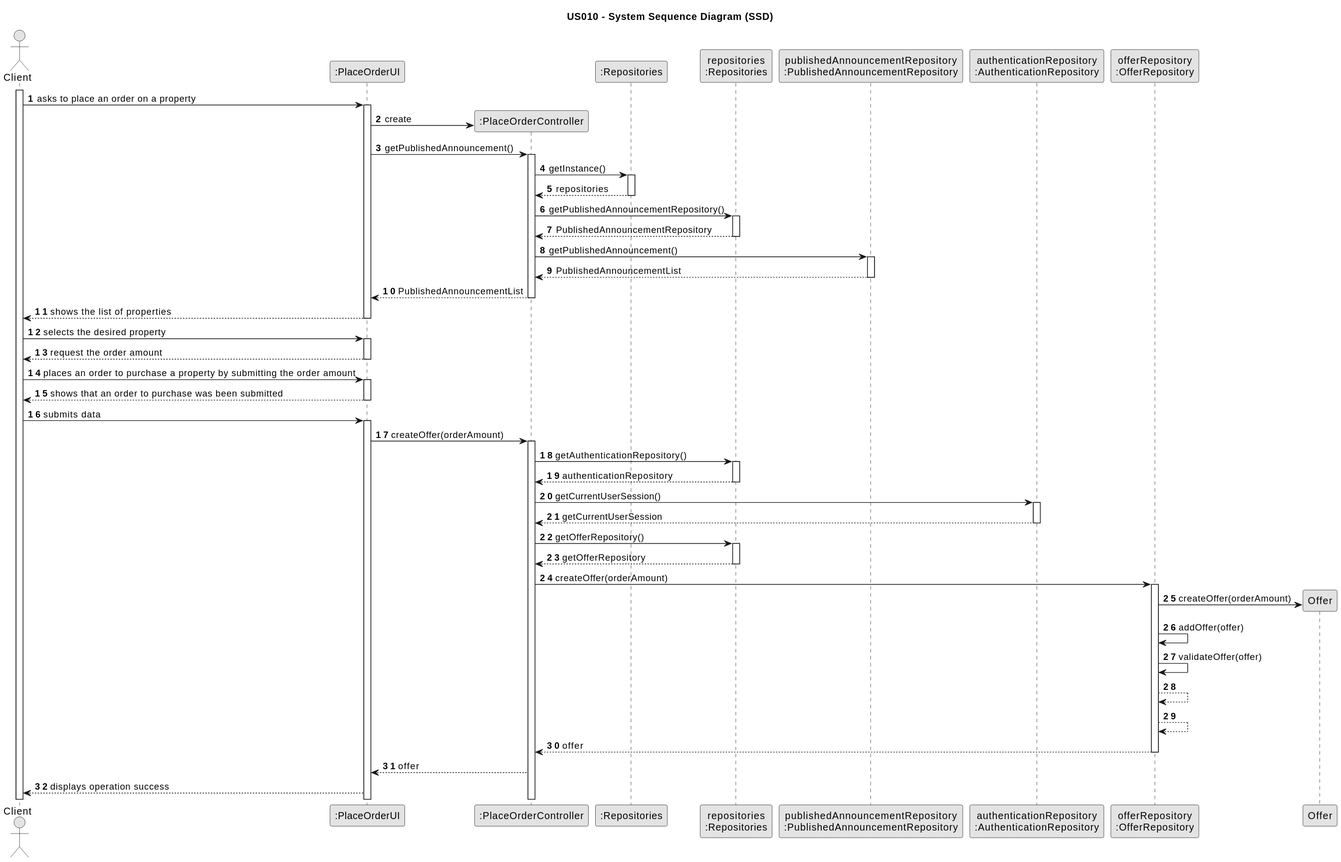
The PlantUML diagram docs/sprintC/US10/03.design/svg/us010-sequence-diagram-full.svg in PureNimble/ISEP-LAPR2, before a commit.
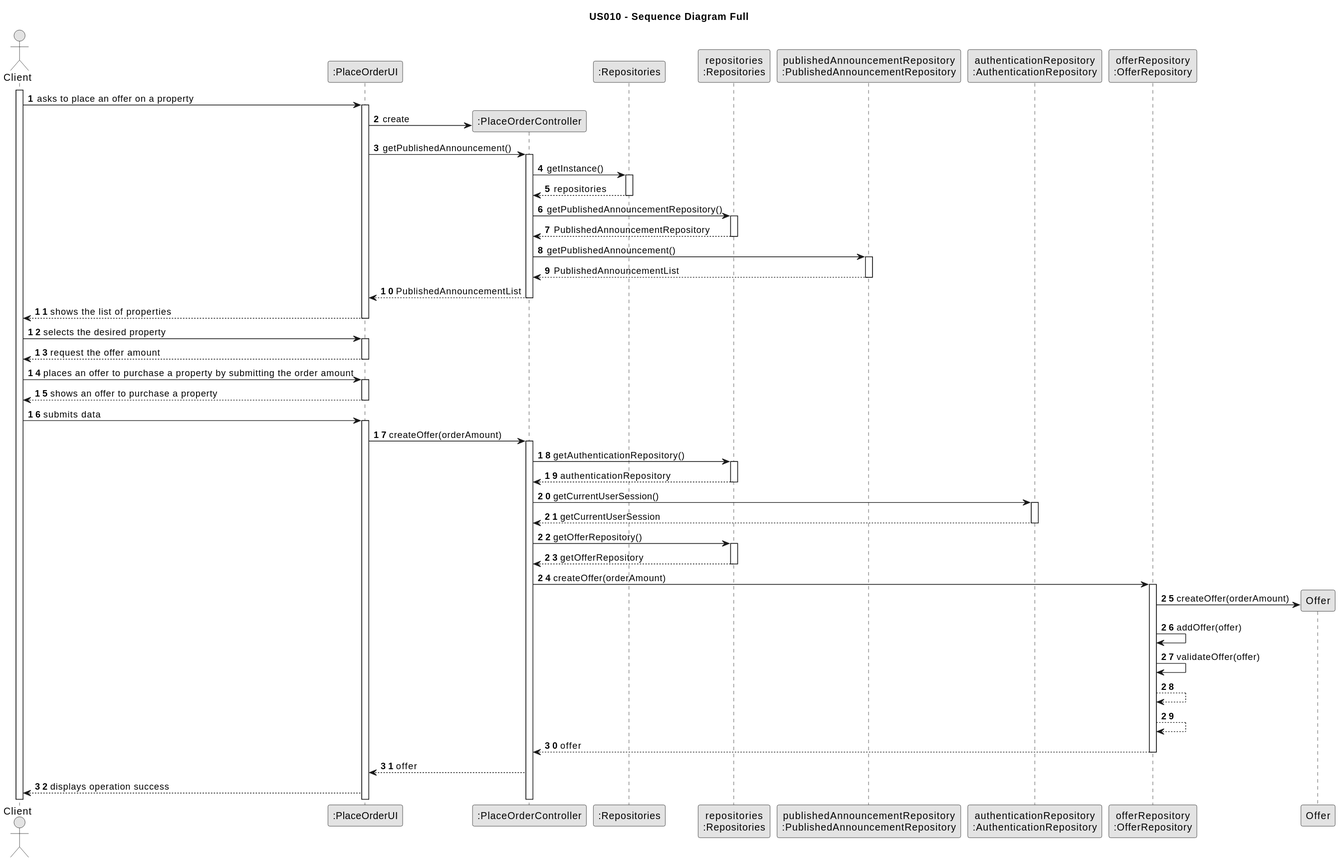
Later version of the same file.

The edit, as a diff of the source:
```diff
@@ -3,7 +3,7 @@
 skinparam packageStyle rectangle
 skinparam shadowing false
 
-title US010 - System Sequence Diagram (SSD)
+title US010 - Sequence Diagram Full
 
 autonumber
 
@@ -19,7 +19,7 @@
 
 activate Client
 
-Client -> System : asks to place an order on a property
+Client -> System : asks to place an offer on a property
 activate System
 
 System -> Controller** : create
@@ -54,14 +54,13 @@
 Client -> System : selects the desired property
 activate System
 
-System --> Client : request the order amount
+System --> Client : request the offer amount
 deactivate System
 
-Client -> System : places an order to purchase a property by submitting the order amount
+Client -> System : places an offer to purchase a property by submitting the order amount
 activate System
 
-
-System --> Client : shows that an order to purchase was been submitted
+System --> Client : shows an offer to purchase a property
 deactivate System
 
 Client -> System : submits data
@@ -106,6 +105,5 @@
 
 Controller --> System : offer
 
-
 System --> Client : displays operation success
 @enduml
```
